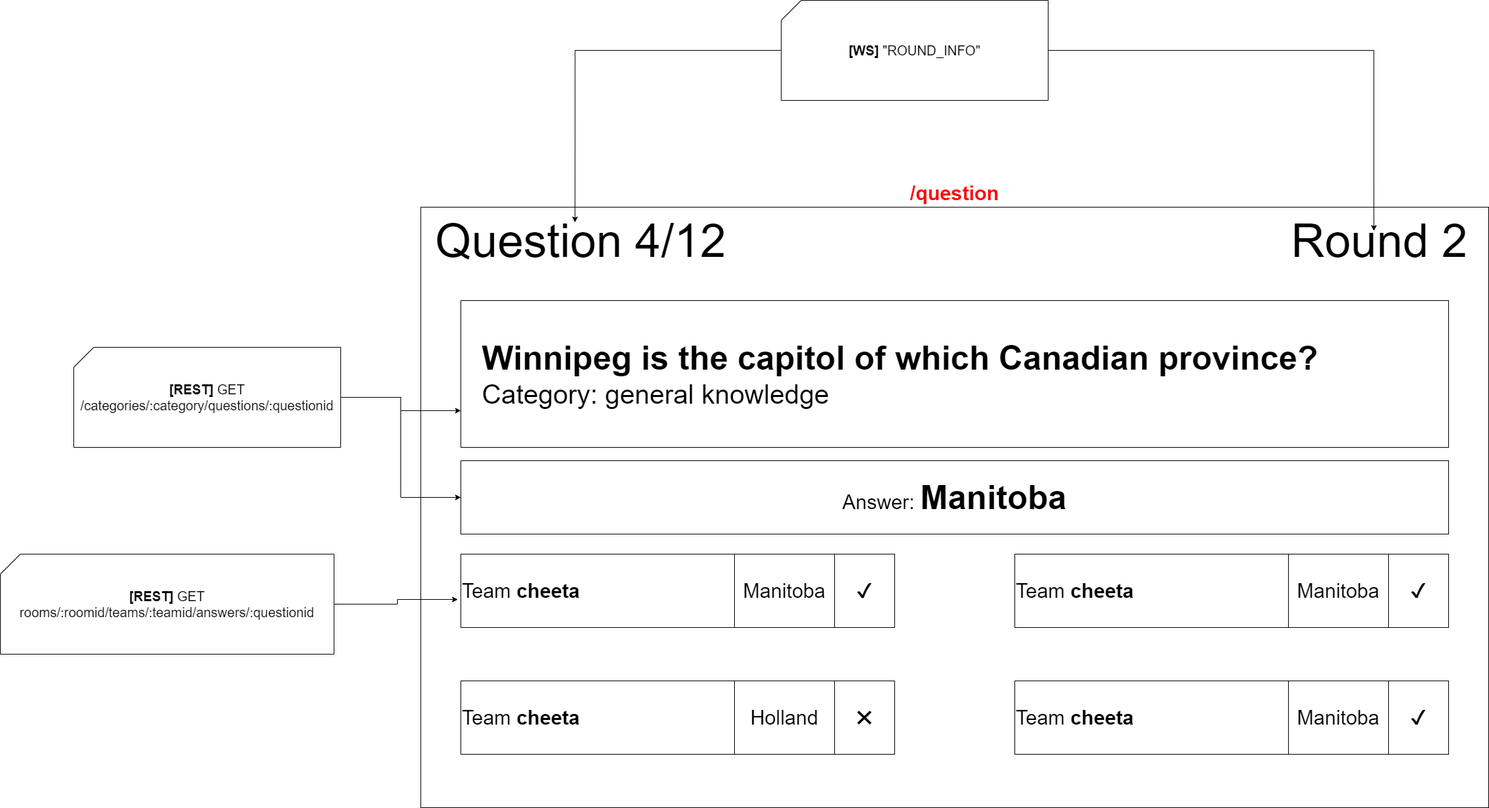
IkBenDeSjaak/Quizzer keeps this draw.io diagram as docs/wireframes-with-interactions/scoreboard-answers.png. Above is the earlier version. Source tidied: cells renumbered, new cells last; positions are measured from the earlier drawing's top-left corner, leaving out a move shared by most shapes.
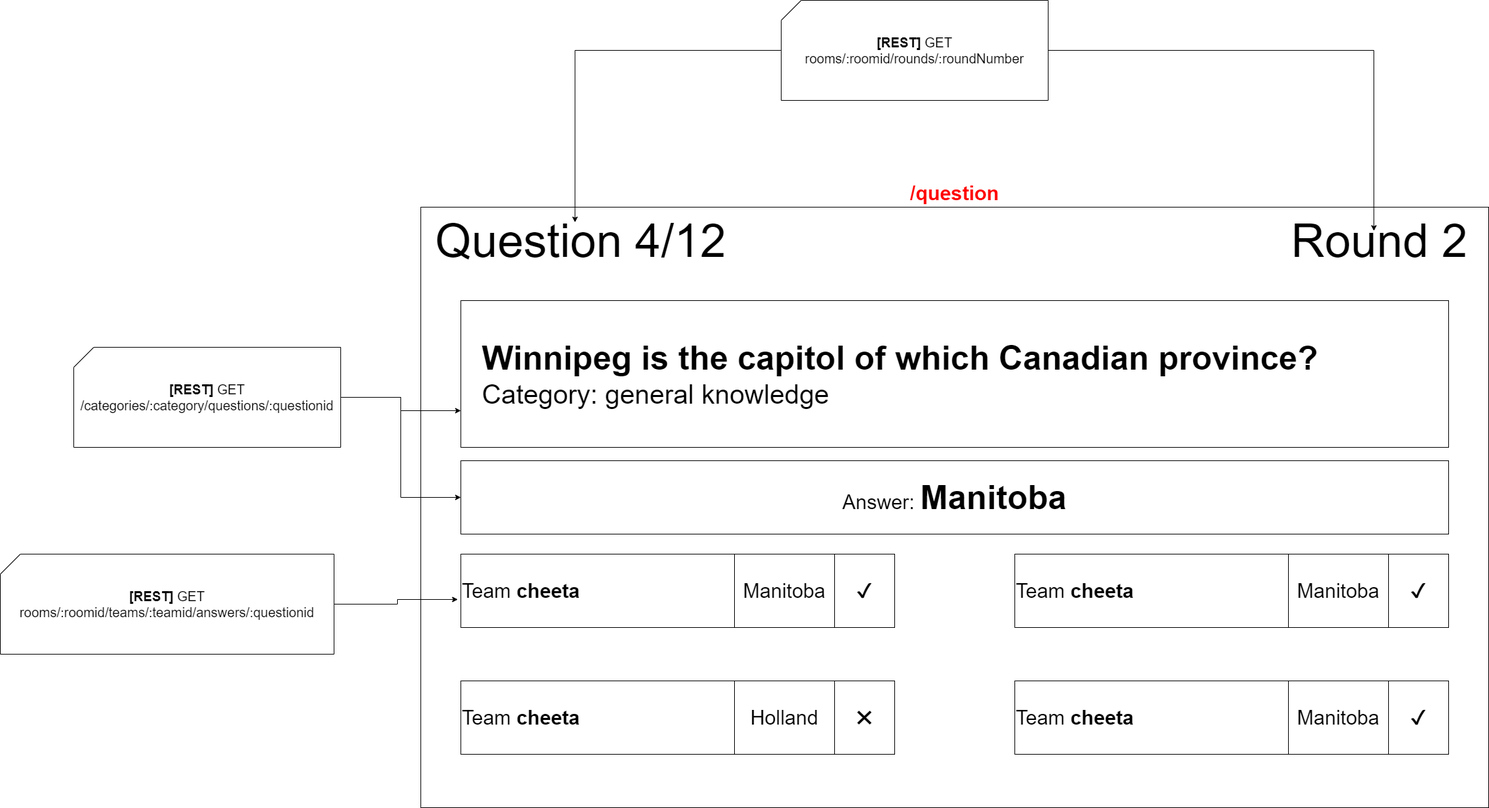
The same diagram one commit later.

Commit message:
Update WS round_info to REST-api request

The edit, as a diff of the source:
```diff
@@ -77,7 +77,7 @@
     <mxCell id="26" style="edgeStyle=orthogonalEdgeStyle;rounded=0;jettySize=auto;html=1;entryX=0.493;entryY=0.14;entryDx=0;entryDy=0;entryPerimeter=0;" parent="1" edge="1" source="27" target="24">
       <mxGeometry relative="1" as="geometry" />
     </mxCell>
-    <mxCell id="27" value="&lt;b&gt;[WS]&lt;/b&gt;&amp;nbsp;&quot;ROUND_INFO&quot;" style="shape=card;whiteSpace=wrap;html=1;fontSize=20;" parent="1" vertex="1">
+    <mxCell id="27" value="&lt;b&gt;[REST]&lt;/b&gt;&amp;nbsp;GET&lt;br style=&quot;font-size: 12px&quot;&gt;rooms/:roomid/rounds/:roundNumber" style="shape=card;whiteSpace=wrap;html=1;fontSize=20;" parent="1" vertex="1">
       <mxGeometry x="1170" width="400" height="150" as="geometry" />
     </mxCell>
   </root>
```
